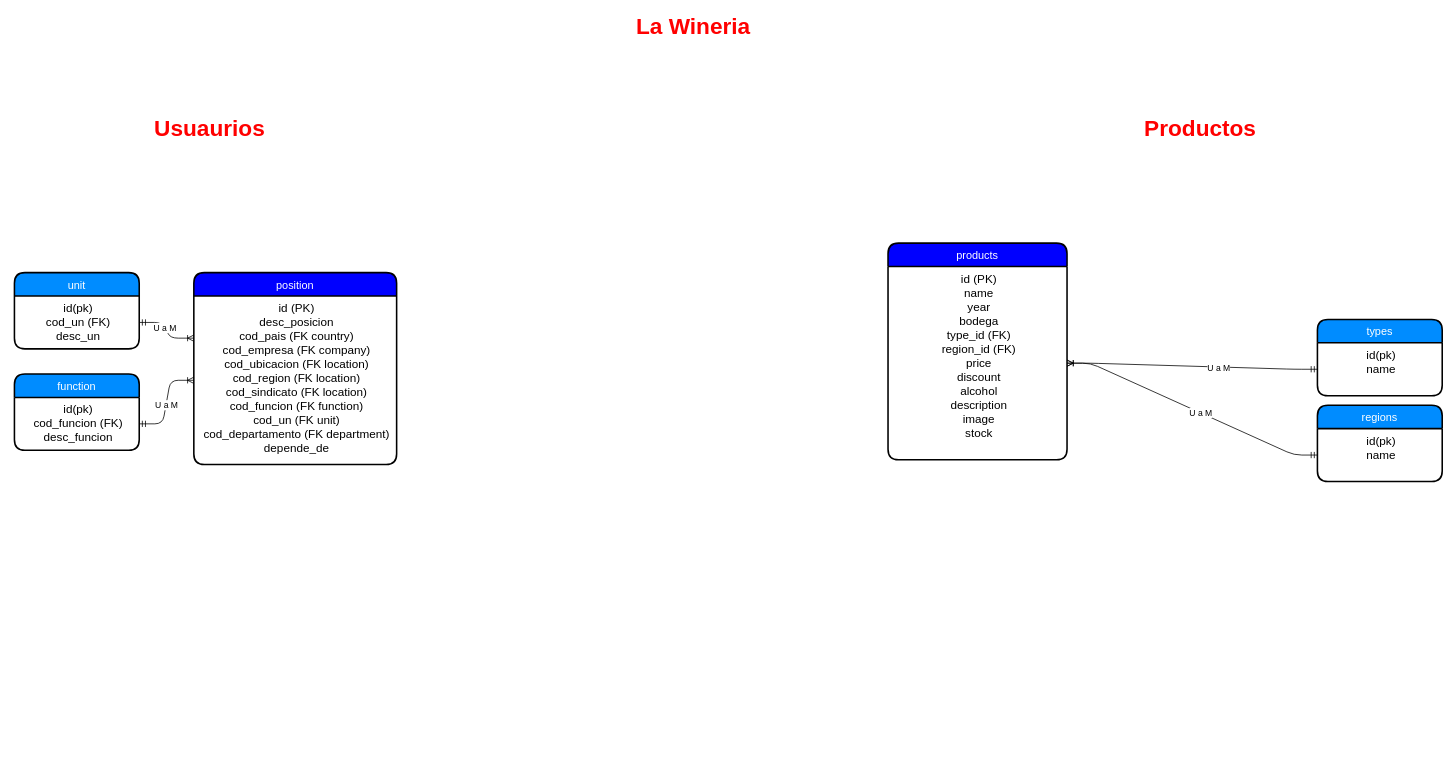
Above: grupo_5_bebidas.drawio in jpcasa29/Diagramas_SQL (draw.io), before the change. Source tidied: cells renumbered, new cells numbered last; positions are measured from the earlier drawing's top-left corner, leaving out a move shared by most shapes. Both pictures are drawn from the tidied source at 78%, with x=0, y=0 at pixel (14, 15).
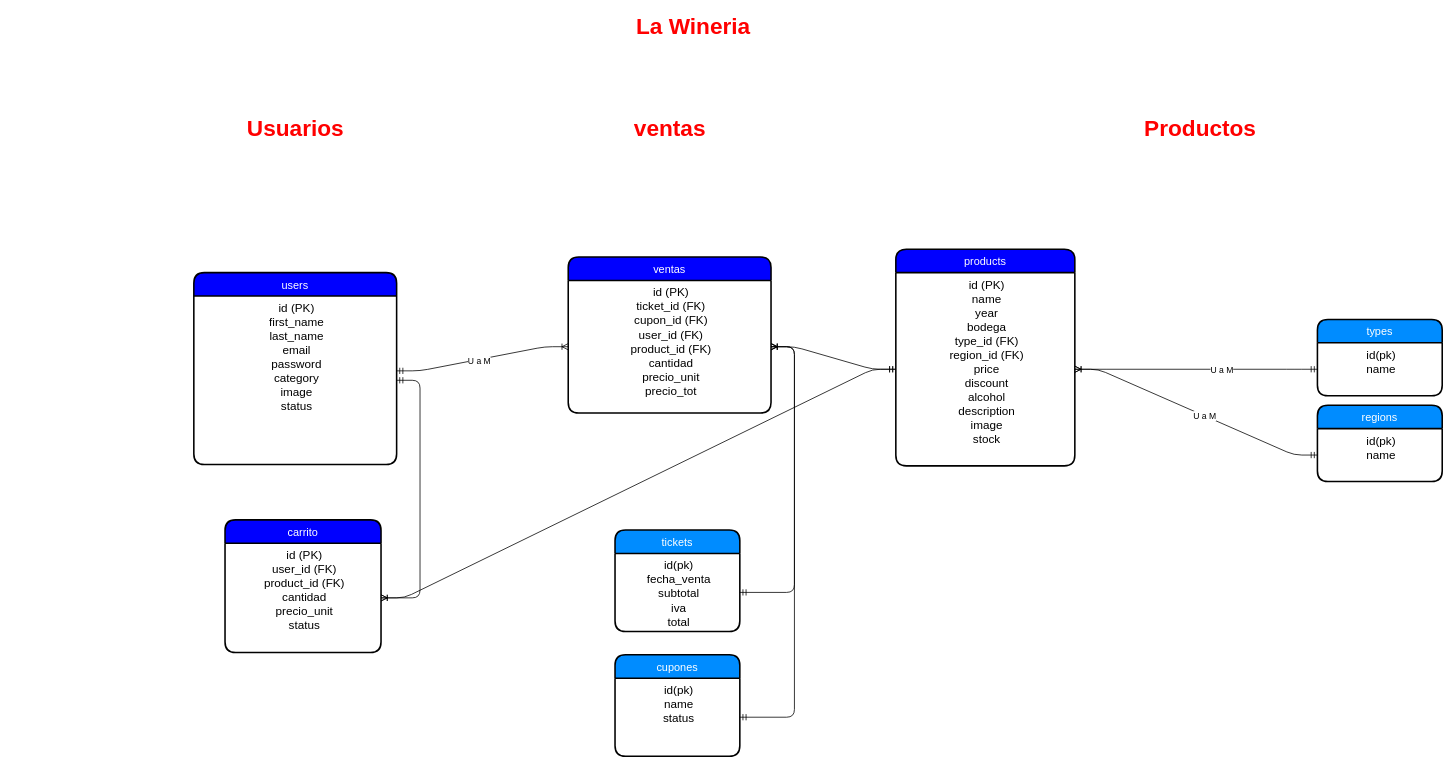
After the change.

The change refers to these unchanged cells:
```xml
<mxCell id="25" value="id (PK)&#10;name&#10;year&#10;bodega&#10;type_id (FK)&#10;region_id (FK)&#10;price&#10;discount&#10;alcohol&#10;description&#10;image&#10;stock" style="align=center;strokeColor=none;fillColor=none;spacingLeft=4;fontSize=15;verticalAlign=top;" parent="24" vertex="1">
  <mxGeometry y="30" width="229.5" height="247.8" as="geometry" />
</mxCell>
```

Change to the diagram source:
```diff
@@
-    <mxCell id="4" style="edgeStyle=entityRelationEdgeStyle;fontSize=12;html=1;endArrow=ERoneToMany;startArrow=ERmandOne;entryX=0;entryY=0.25;entryDx=0;entryDy=0;" parent="1" edge="1" source="16" target="14">
-      <mxGeometry relative="1" as="geometry" />
-    </mxCell>
-    <mxCell id="5" value="U a M" style="edgeLabel;html=1;align=center;verticalAlign=middle;" parent="4" vertex="1">
-      <mxGeometry x="-0.11" y="-1" relative="1" as="geometry" />
-    </mxCell>
-    <mxCell id="6" style="edgeStyle=entityRelationEdgeStyle;fontSize=12;html=1;endArrow=ERoneToMany;startArrow=ERmandOne;" parent="1" edge="1" source="18" target="14">
-      <mxGeometry relative="1" as="geometry" />
-    </mxCell>
-    <mxCell id="7" value="U a M" style="edgeLabel;html=1;align=center;verticalAlign=middle;fontColor=#000000;" parent="6" vertex="1">
-      <mxGeometry x="-0.05" relative="1" as="geometry" />
-    </mxCell>
@@
-    <mxCell id="13" value="position" style="swimlane;horizontal=1;startSize=30;fontColor=#FFFFFF;rounded=1;fontSize=14;fontStyle=0;strokeWidth=2;shadow=0;dashed=0;align=center;glass=0;comic=0;fillColor=#0000FF;" parent="1" vertex="1">
+    <mxCell id="13" value="users" style="swimlane;horizontal=1;startSize=30;fontColor=#FFFFFF;rounded=1;fontSize=14;fontStyle=0;strokeWidth=2;shadow=0;dashed=0;align=center;glass=0;comic=0;fillColor=#0000FF;" parent="1" vertex="1">
       <mxGeometry x="230" y="330" width="260" height="246.1" as="geometry" />
     </mxCell>
-    <mxCell id="14" value="id (PK)&#10;desc_posicion&#10;cod_pais (FK country)&#10;cod_empresa (FK company)&#10;cod_ubicacion (FK location)&#10;cod_region (FK location)&#10;cod_sindicato (FK location)&#10;cod_funcion (FK function)&#10;cod_un (FK unit)&#10;cod_departamento (FK department)&#10;depende_de" style="align=center;strokeColor=none;fillColor=none;spacingLeft=4;fontSize=15;verticalAlign=top;" parent="13" vertex="1">
+    <mxCell id="14" value="id (PK)&#10;first_name&#10;last_name&#10;email&#10;password&#10;category&#10;image&#10;status" style="align=center;strokeColor=none;fillColor=none;spacingLeft=4;fontSize=15;verticalAlign=top;" parent="13" vertex="1">
       <mxGeometry y="30" width="260" height="216.1" as="geometry" />
     </mxCell>
-    <mxCell id="15" value="unit" style="swimlane;horizontal=1;startSize=30;fillColor=#008cff;fontColor=#FFFFFF;rounded=1;fontSize=14;fontStyle=0;strokeWidth=2;shadow=0;dashed=0;align=center;glass=0;comic=0;" parent="1" vertex="1">
-      <mxGeometry y="330" width="160" height="97.8" as="geometry" />
-    </mxCell>
-    <mxCell id="16" value="id(pk)&#10;cod_un (FK)&#10;desc_un" style="align=center;strokeColor=none;fillColor=none;spacingLeft=4;fontSize=15;verticalAlign=top;" parent="15" vertex="1">
-      <mxGeometry y="30" width="160" height="67.8" as="geometry" />
-    </mxCell>
-    <mxCell id="17" value="function" style="swimlane;horizontal=1;startSize=30;fillColor=#008cff;fontColor=#FFFFFF;rounded=1;fontSize=14;fontStyle=0;strokeWidth=2;shadow=0;dashed=0;align=center;glass=0;comic=0;" parent="1" vertex="1">
-      <mxGeometry y="460" width="160" height="97.8" as="geometry" />
-    </mxCell>
-    <mxCell id="18" value="id(pk)&#10;cod_funcion (FK)&#10;desc_funcion" style="align=center;strokeColor=none;fillColor=none;spacingLeft=4;fontSize=15;verticalAlign=top;" parent="17" vertex="1">
-      <mxGeometry y="30" width="160" height="67.8" as="geometry" />
-    </mxCell>
-    <mxCell id="19" value="&lt;span style=&quot;font-size: 29px&quot;&gt;&lt;b&gt;Usuaurios&lt;/b&gt;&lt;/span&gt;" style="text;html=1;align=center;verticalAlign=middle;fontColor=#FF0000;" parent="1" vertex="1">
-      <mxGeometry x="170" y="130" width="160" height="30" as="geometry" />
+    <mxCell id="19" value="&lt;span style=&quot;font-size: 29px&quot;&gt;&lt;b&gt;Usuarios&lt;/b&gt;&lt;/span&gt;" style="text;html=1;align=center;verticalAlign=middle;fontColor=#FF0000;" parent="1" vertex="1">
+      <mxGeometry x="290" y="130" width="140" height="30" as="geometry" />
     </mxCell>
@@
+    <mxCell id="26" value="&lt;span style=&quot;font-size: 29px&quot;&gt;&lt;b&gt;ventas&lt;/b&gt;&lt;/span&gt;" style="text;html=1;align=center;verticalAlign=middle;fontColor=#FF0000;" parent="1" vertex="1">
+      <mxGeometry x="785" y="130" width="110" height="30" as="geometry" />
+    </mxCell>
+    <mxCell id="27" style="edgeStyle=entityRelationEdgeStyle;fontSize=12;html=1;endArrow=ERoneToMany;startArrow=ERmandOne;exitX=1;exitY=0.444;exitDx=0;exitDy=0;exitPerimeter=0;entryX=0;entryY=0.5;entryDx=0;entryDy=0;" parent="1" edge="1" source="14" target="32">
+      <mxGeometry relative="1" as="geometry" />
+    </mxCell>
+    <mxCell id="5" value="U a M" style="edgeLabel;html=1;align=center;verticalAlign=middle;" parent="27" vertex="1">
+      <mxGeometry x="-0.04" y="-2" relative="1" as="geometry" />
+    </mxCell>
+    <mxCell id="28" style="edgeStyle=entityRelationEdgeStyle;fontSize=12;html=1;endArrow=ERoneToMany;startArrow=ERmandOne;" parent="1" edge="1" source="25" target="32">
+      <mxGeometry relative="1" as="geometry" />
+    </mxCell>
     <mxCell id="24" value="products" style="swimlane;horizontal=1;startSize=30;fontColor=#FFFFFF;rounded=1;fontSize=14;fontStyle=0;strokeWidth=2;shadow=0;dashed=0;align=center;glass=0;comic=0;fillColor=#0000FF;" parent="1" vertex="1">
-      <mxGeometry x="1120" y="292.2" width="229.5" height="277.8" as="geometry" />
+      <mxGeometry x="1130" y="300" width="229.5" height="277.8" as="geometry" />
     </mxCell>
@@
+    <mxCell id="29" style="edgeStyle=entityRelationEdgeStyle;fontSize=12;html=1;endArrow=ERoneToMany;startArrow=ERmandOne;" parent="1" edge="1" source="38" target="32">
+      <mxGeometry relative="1" as="geometry" />
+    </mxCell>
+    <mxCell id="30" style="edgeStyle=entityRelationEdgeStyle;fontSize=12;html=1;endArrow=ERoneToMany;startArrow=ERmandOne;" parent="1" edge="1" source="40" target="32">
+      <mxGeometry relative="1" as="geometry" />
+    </mxCell>
+    <mxCell id="31" value="ventas" style="swimlane;horizontal=1;startSize=30;fontColor=#FFFFFF;rounded=1;fontSize=14;fontStyle=0;strokeWidth=2;shadow=0;dashed=0;align=center;glass=0;comic=0;fillColor=#0000FF;" parent="1" vertex="1">
+      <mxGeometry x="710" y="310" width="260" height="200" as="geometry" />
+    </mxCell>
+    <mxCell id="32" value="id (PK)&#10;ticket_id (FK)&#10;cupon_id (FK)&#10;user_id (FK)&#10;product_id (FK)&#10;cantidad&#10;precio_unit&#10;precio_tot" style="align=center;strokeColor=none;fillColor=none;spacingLeft=4;fontSize=15;verticalAlign=top;" parent="31" vertex="1">
+      <mxGeometry y="30" width="260" height="170" as="geometry" />
+    </mxCell>
+    <mxCell id="33" value="carrito" style="swimlane;horizontal=1;startSize=30;fontColor=#FFFFFF;rounded=1;fontSize=14;fontStyle=0;strokeWidth=2;shadow=0;dashed=0;align=center;glass=0;comic=0;fillColor=#0000FF;" parent="1" vertex="1">
+      <mxGeometry x="270" y="647" width="200" height="170" as="geometry" />
+    </mxCell>
+    <mxCell id="34" value="id (PK)&#10;user_id (FK)&#10;product_id (FK)&#10;cantidad&#10;precio_unit&#10;status" style="align=center;strokeColor=none;fillColor=none;spacingLeft=4;fontSize=15;verticalAlign=top;" parent="33" vertex="1">
+      <mxGeometry y="30" width="200" height="140" as="geometry" />
+    </mxCell>
+    <mxCell id="35" style="edgeStyle=entityRelationEdgeStyle;fontSize=12;html=1;endArrow=ERoneToMany;startArrow=ERmandOne;" parent="1" edge="1" source="14" target="34">
+      <mxGeometry relative="1" as="geometry" />
+    </mxCell>
+    <mxCell id="36" style="edgeStyle=entityRelationEdgeStyle;fontSize=12;html=1;endArrow=ERoneToMany;startArrow=ERmandOne;" parent="1" edge="1" source="25" target="34">
+      <mxGeometry relative="1" as="geometry" />
+    </mxCell>
+    <mxCell id="37" value="tickets" style="swimlane;horizontal=1;startSize=30;fillColor=#008cff;fontColor=#FFFFFF;rounded=1;fontSize=14;fontStyle=0;strokeWidth=2;shadow=0;dashed=0;align=center;glass=0;comic=0;" parent="1" vertex="1">
+      <mxGeometry x="770" y="660" width="160" height="130" as="geometry" />
+    </mxCell>
+    <mxCell id="38" value="id(pk)&#10;fecha_venta&#10;subtotal&#10;iva&#10;total" style="align=center;strokeColor=none;fillColor=none;spacingLeft=4;fontSize=15;verticalAlign=top;" parent="37" vertex="1">
+      <mxGeometry y="30" width="160" height="100" as="geometry" />
+    </mxCell>
+    <mxCell id="39" value="cupones" style="swimlane;horizontal=1;startSize=30;fillColor=#008cff;fontColor=#FFFFFF;rounded=1;fontSize=14;fontStyle=0;strokeWidth=2;shadow=0;dashed=0;align=center;glass=0;comic=0;" parent="1" vertex="1">
+      <mxGeometry x="770" y="820" width="160" height="130" as="geometry" />
+    </mxCell>
+    <mxCell id="40" value="id(pk)&#10;name&#10;status" style="align=center;strokeColor=none;fillColor=none;spacingLeft=4;fontSize=15;verticalAlign=top;" parent="39" vertex="1">
+      <mxGeometry y="30" width="160" height="100" as="geometry" />
+    </mxCell>
```
